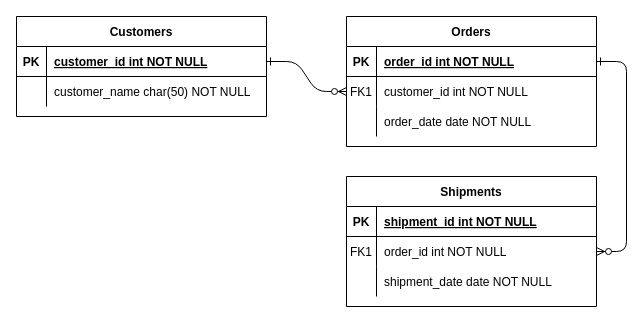
Above: Untitled Diagram.drawio in 0gravity000/er001 (draw.io), before the change. Source tidied: cells renumbered, new cells numbered last; positions are measured from the earlier drawing's top-left corner, leaving out a move shared by most shapes. Both pictures are drawn from the tidied source at 100%, with x=0, y=0 at pixel (16, 16).
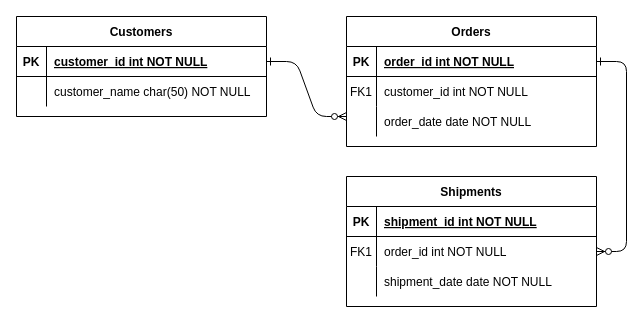
The same diagram, later.

Unchanged cells that the change refers to:
```xml
<mxCell id="8" style="shape=partialRectangle;fillColor=none;points=[[0,0.5],[1,0.5]];portConstraint=eastwest;top=0;left=0;right=0;bottom=0;" parent="4" vertex="1">
  <mxGeometry y="60" width="250" height="30" as="geometry" />
</mxCell>
<mxCell id="25" style="shape=partialRectangle;fillColor=none;points=[[0,0.5],[1,0.5]];portConstraint=eastwest;top=0;left=0;right=0;bottom=1;" parent="24" vertex="1">
  <mxGeometry y="30" width="250" height="30" as="geometry" />
</mxCell>
```

Diff of the diagram source:
```diff
@@
-    <mxCell id="2" style="edgeStyle=entityRelationEdgeStyle;endArrow=ERzeroToMany;startArrow=ERone;endFill=1;startFill=0;" parent="1" edge="1" source="25" target="8">
-      <mxGeometry relative="1" as="geometry" />
+    <mxCell id="2" style="edgeStyle=entityRelationEdgeStyle;endArrow=ERzeroToMany;startArrow=ERone;endFill=1;startFill=0;" parent="1" edge="1" source="25">
+      <mxGeometry relative="1" as="geometry">
+        <mxPoint x="330" y="100" as="targetPoint" />
+      </mxGeometry>
     </mxCell>
```
